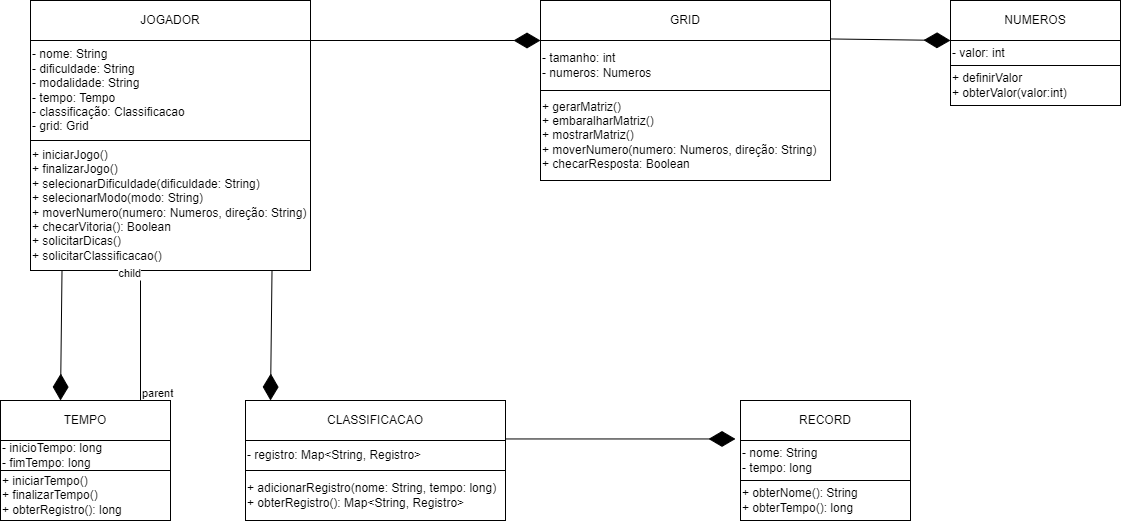
Earlier version of the draw.io export Mini Projeto 3/Diagrama de Classes.png (Beatriz-ge/OO). Source tidied: cells renumbered, new cells last; positions are measured from the earlier drawing's top-left corner, leaving out a move shared by most shapes.
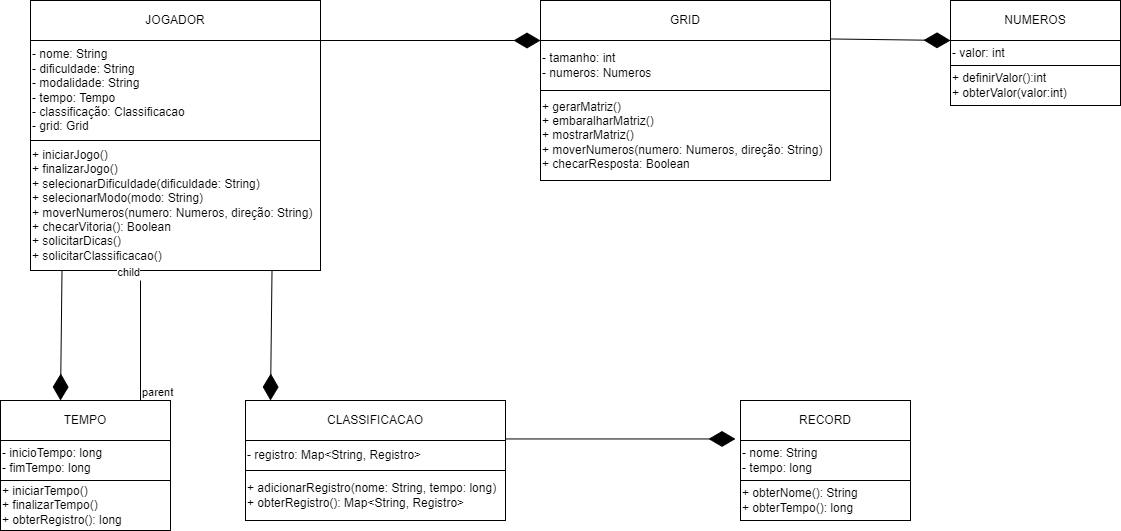
The same file after the commit.

The edit, as a diff of the source:
```diff
@@ -3,13 +3,13 @@
     <mxCell id="0" />
     <mxCell id="1" parent="0" />
     <mxCell id="2" value="JOGADOR" style="rounded=0;whiteSpace=wrap;html=1;" parent="1" vertex="1">
-      <mxGeometry x="30" width="280" height="40" as="geometry" />
+      <mxGeometry x="30" width="290" height="40" as="geometry" />
     </mxCell>
     <mxCell id="3" value="- nome: String&lt;br&gt;- dificuldade: String&lt;br&gt;- modalidade: String&lt;br&gt;- tempo: Tempo&lt;br&gt;- classificação: Classificacao&lt;br&gt;- grid: Grid" style="rounded=0;whiteSpace=wrap;html=1;align=left;" parent="1" vertex="1">
-      <mxGeometry x="30" y="40" width="280" height="100" as="geometry" />
+      <mxGeometry x="30" y="40" width="290" height="100" as="geometry" />
     </mxCell>
-    <mxCell id="4" value="+ iniciarJogo()&lt;br&gt;+ finalizarJogo()&lt;br&gt;+ selecionarDificuldade(dificuldade: String)&lt;br&gt;+ selecionarModo(modo: String)&lt;br&gt;+ moverNumero(numero: Numeros, direção: String)&lt;br&gt;+ checarVitoria(): Boolean&lt;br&gt;+ solicitarDicas()&lt;br&gt;+ solicitarClassificacao()" style="rounded=0;whiteSpace=wrap;html=1;align=left;" parent="1" vertex="1">
-      <mxGeometry x="30" y="140" width="280" height="130" as="geometry" />
+    <mxCell id="4" value="+ iniciarJogo()&lt;br&gt;+ finalizarJogo()&lt;br&gt;+ selecionarDificuldade(dificuldade: String)&lt;br&gt;+ selecionarModo(modo: String)&lt;br&gt;+ moverNumeros(numero: Numeros, direção: String)&lt;br&gt;+ checarVitoria(): Boolean&lt;br&gt;+ solicitarDicas()&lt;br&gt;+ solicitarClassificacao()" style="rounded=0;whiteSpace=wrap;html=1;align=left;" parent="1" vertex="1">
+      <mxGeometry x="30" y="140" width="290" height="130" as="geometry" />
     </mxCell>
     <mxCell id="5" value="GRID" style="rounded=0;whiteSpace=wrap;html=1;" parent="1" vertex="1">
       <mxGeometry x="540" width="290" height="40" as="geometry" />
@@ -17,14 +17,14 @@
     <mxCell id="6" value="- tamanho: int&lt;br&gt;- numeros: Numeros" style="rounded=0;whiteSpace=wrap;html=1;align=left;" parent="1" vertex="1">
       <mxGeometry x="540" y="40" width="290" height="50" as="geometry" />
     </mxCell>
-    <mxCell id="7" value="+ gerarMatriz()&lt;br&gt;+ embaralharMatriz()&lt;br&gt;+ mostrarMatriz()&lt;br&gt;+ moverNumero(numero: Numeros, direção: String)&lt;br&gt;+ checarResposta: Boolean" style="rounded=0;whiteSpace=wrap;html=1;align=left;" parent="1" vertex="1">
+    <mxCell id="7" value="+ gerarMatriz()&lt;br&gt;+ embaralharMatriz()&lt;br&gt;+ mostrarMatriz()&lt;br&gt;+ moverNumeros(numero: Numeros, direção: String)&lt;br&gt;+ checarResposta: Boolean" style="rounded=0;whiteSpace=wrap;html=1;align=left;" parent="1" vertex="1">
       <mxGeometry x="540" y="90" width="290" height="90" as="geometry" />
     </mxCell>
     <mxCell id="8" value="TEMPO" style="rounded=0;whiteSpace=wrap;html=1;" parent="1" vertex="1">
       <mxGeometry y="400" width="170" height="40" as="geometry" />
     </mxCell>
     <mxCell id="9" value="- inicioTempo: long&lt;br&gt;- fimTempo: long" style="rounded=0;whiteSpace=wrap;html=1;align=left;" parent="1" vertex="1">
-      <mxGeometry y="440" width="170" height="30" as="geometry" />
+      <mxGeometry y="440" width="170" height="40" as="geometry" />
     </mxCell>
     <mxCell id="10" value="CLASSIFICACAO" style="rounded=0;whiteSpace=wrap;html=1;" parent="1" vertex="1">
       <mxGeometry x="245" y="400" width="260" height="40" as="geometry" />
@@ -45,7 +45,7 @@
       <mxGeometry x="740" y="480" width="170" height="40" as="geometry" />
     </mxCell>
     <mxCell id="16" value="+ iniciarTempo()&lt;br&gt;+ finalizarTempo()&lt;br&gt;+ obterRegistro(): long" style="rounded=0;whiteSpace=wrap;html=1;align=left;" parent="1" vertex="1">
-      <mxGeometry y="470" width="170" height="50" as="geometry" />
+      <mxGeometry y="480" width="170" height="50" as="geometry" />
     </mxCell>
     <mxCell id="17" value="NUMEROS" style="rounded=0;whiteSpace=wrap;html=1;" parent="1" vertex="1">
       <mxGeometry x="950" width="170" height="40" as="geometry" />
@@ -53,7 +53,7 @@
     <mxCell id="18" value="- valor: int" style="rounded=0;whiteSpace=wrap;html=1;align=left;" parent="1" vertex="1">
       <mxGeometry x="950" y="40" width="170" height="25" as="geometry" />
     </mxCell>
-    <mxCell id="19" value="+ definirValor&lt;br&gt;+ obterValor(valor:int)" style="rounded=0;whiteSpace=wrap;html=1;align=left;" parent="1" vertex="1">
+    <mxCell id="19" value="+ definirValor():int&lt;br&gt;+ obterValor(valor:int)" style="rounded=0;whiteSpace=wrap;html=1;align=left;" parent="1" vertex="1">
       <mxGeometry x="950" y="65" width="170" height="40" as="geometry" />
     </mxCell>
     <mxCell id="20" style="endArrow=diamondThin;endFill=1;endSize=24;html=1;rounded=0;entryX=0;entryY=1;entryDx=0;entryDy=0;" parent="1" edge="1" target="5">
```
